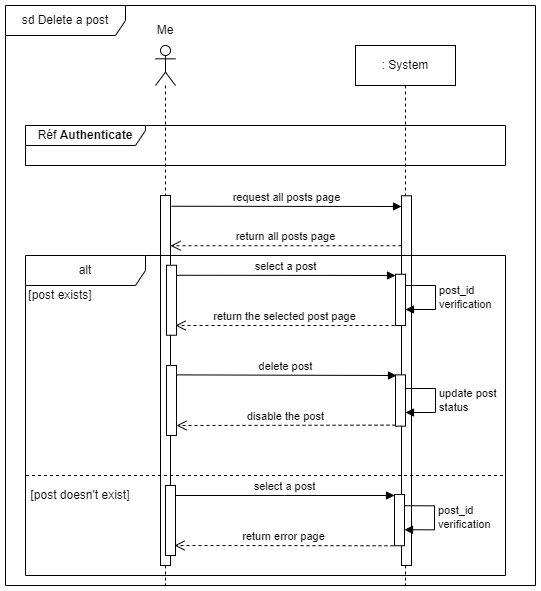
Above: UML_diagrams/Seq - Delete a post.drawio.png in David-Renard/OC-projet5 (draw.io), before the change. Source tidied: cells renumbered, new cells last; positions are measured from the earlier drawing's top-left corner, leaving out a move shared by most shapes.
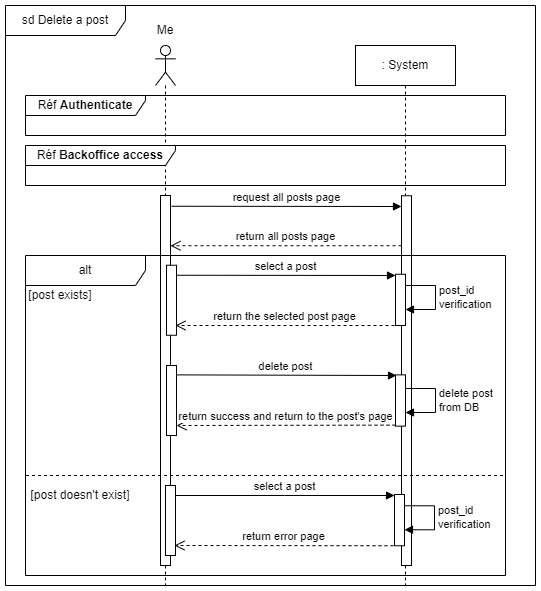
The same diagram one commit later.

The edit, as a diff of the source:
```diff
@@ -68,7 +68,7 @@
       </mxGeometry>
     </mxCell>
     <mxCell id="17" value="Réf &lt;b&gt;Authenticate&lt;/b&gt;" style="shape=umlFrame;whiteSpace=wrap;html=1;width=120;height=20;" parent="1" vertex="1">
-      <mxGeometry x="20" y="120" width="480" height="40" as="geometry" />
+      <mxGeometry x="20" y="90" width="480" height="40" as="geometry" />
     </mxCell>
     <mxCell id="18" style="group;" parent="1" vertex="1">
       <mxGeometry x="20" y="470" width="480" height="80" as="geometry" />
@@ -116,7 +116,7 @@
     <mxCell id="27" style="html=1;perimeter=orthogonalPerimeter;targetShapes=umlLifeline;newEdgeStyle={&quot;edgeStyle&quot;:&quot;elbowEdgeStyle&quot;,&quot;elbow&quot;:&quot;vertical&quot;,&quot;curved&quot;:0,&quot;rounded&quot;:0};" parent="1" vertex="1">
       <mxGeometry x="390" y="369.4" width="10" height="51.2" as="geometry" />
     </mxCell>
-    <mxCell id="28" value="update post&lt;br&gt;status" style="html=1;align=left;spacingLeft=2;endArrow=block;rounded=0;edgeStyle=orthogonalEdgeStyle;curved=0;rounded=0;" parent="1" edge="1">
+    <mxCell id="28" value="delete post&amp;nbsp;&lt;br&gt;from DB" style="html=1;align=left;spacingLeft=2;endArrow=block;rounded=0;edgeStyle=orthogonalEdgeStyle;curved=0;rounded=0;" parent="1" edge="1">
       <mxGeometry relative="1" as="geometry">
         <mxPoint x="400" y="383" as="sourcePoint" />
         <mxPoint x="400" y="407" as="targetPoint" />
@@ -133,11 +133,14 @@
         <mxPoint x="391" y="369.6" as="targetPoint" />
       </mxGeometry>
     </mxCell>
-    <mxCell id="30" value="disable the post" style="html=1;verticalAlign=bottom;endArrow=open;dashed=1;endSize=8;edgeStyle=elbowEdgeStyle;elbow=vertical;curved=0;rounded=0;" parent="1" edge="1">
+    <mxCell id="30" value="return success and return to the post's page" style="html=1;verticalAlign=bottom;endArrow=open;dashed=1;endSize=8;edgeStyle=elbowEdgeStyle;elbow=vertical;curved=0;rounded=0;" parent="1" edge="1">
       <mxGeometry relative="1" as="geometry">
         <mxPoint x="390" y="419.6" as="sourcePoint" />
         <mxPoint x="171" y="419.6" as="targetPoint" />
       </mxGeometry>
     </mxCell>
+    <mxCell id="31" value="Réf &lt;b&gt;Backoffice access&lt;/b&gt;" style="shape=umlFrame;whiteSpace=wrap;html=1;width=150;height=20;" parent="1" vertex="1">
+      <mxGeometry x="20" y="140" width="480" height="40" as="geometry" />
+    </mxCell>
   </root>
 </mxGraphModel>
```
